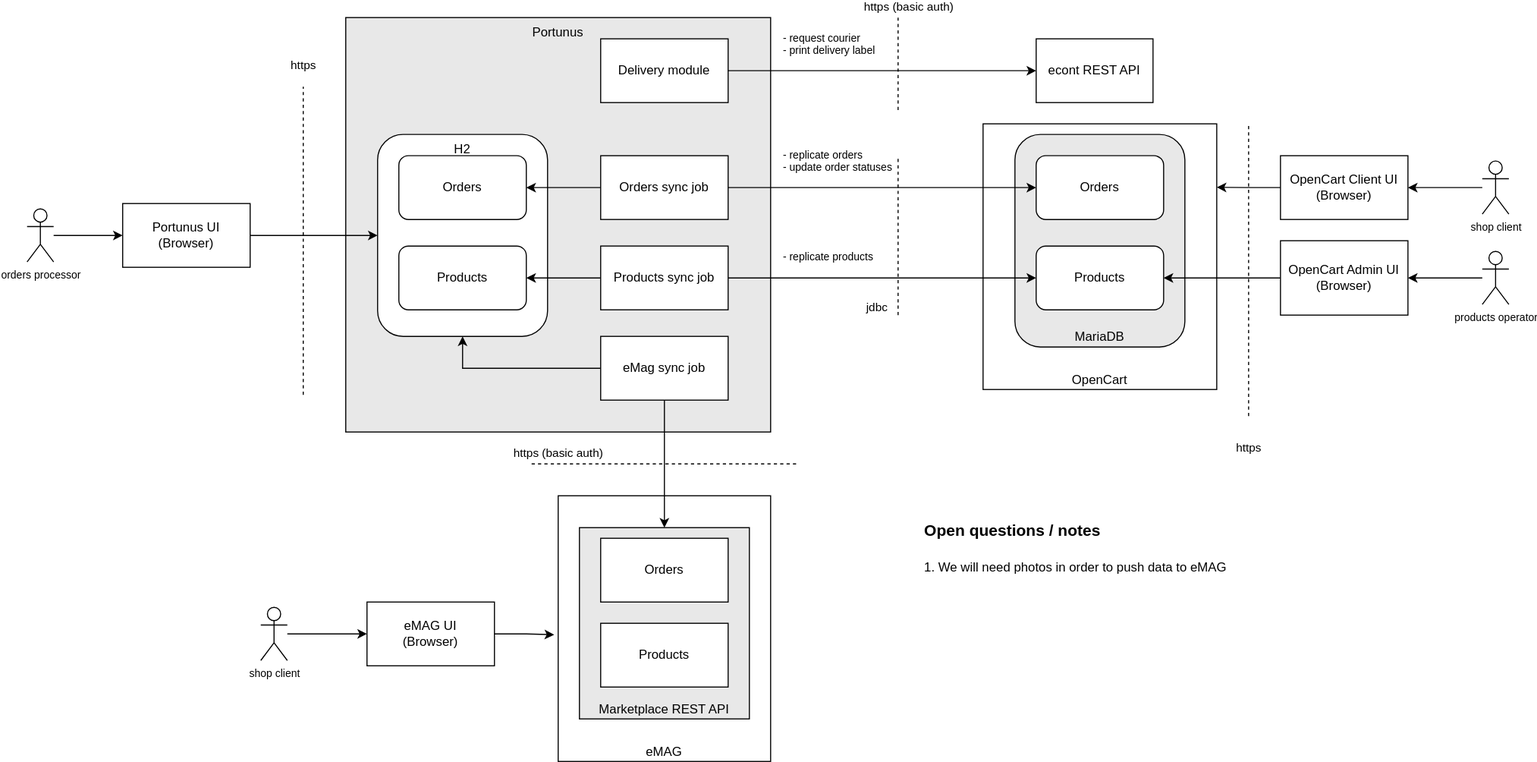
Above: design/portunus.svg in codbex/codbex-electra (draw.io), before the change. Source tidied: cells renumbered, new cells last; positions are measured from the earlier drawing's top-left corner, leaving out a move shared by most shapes.
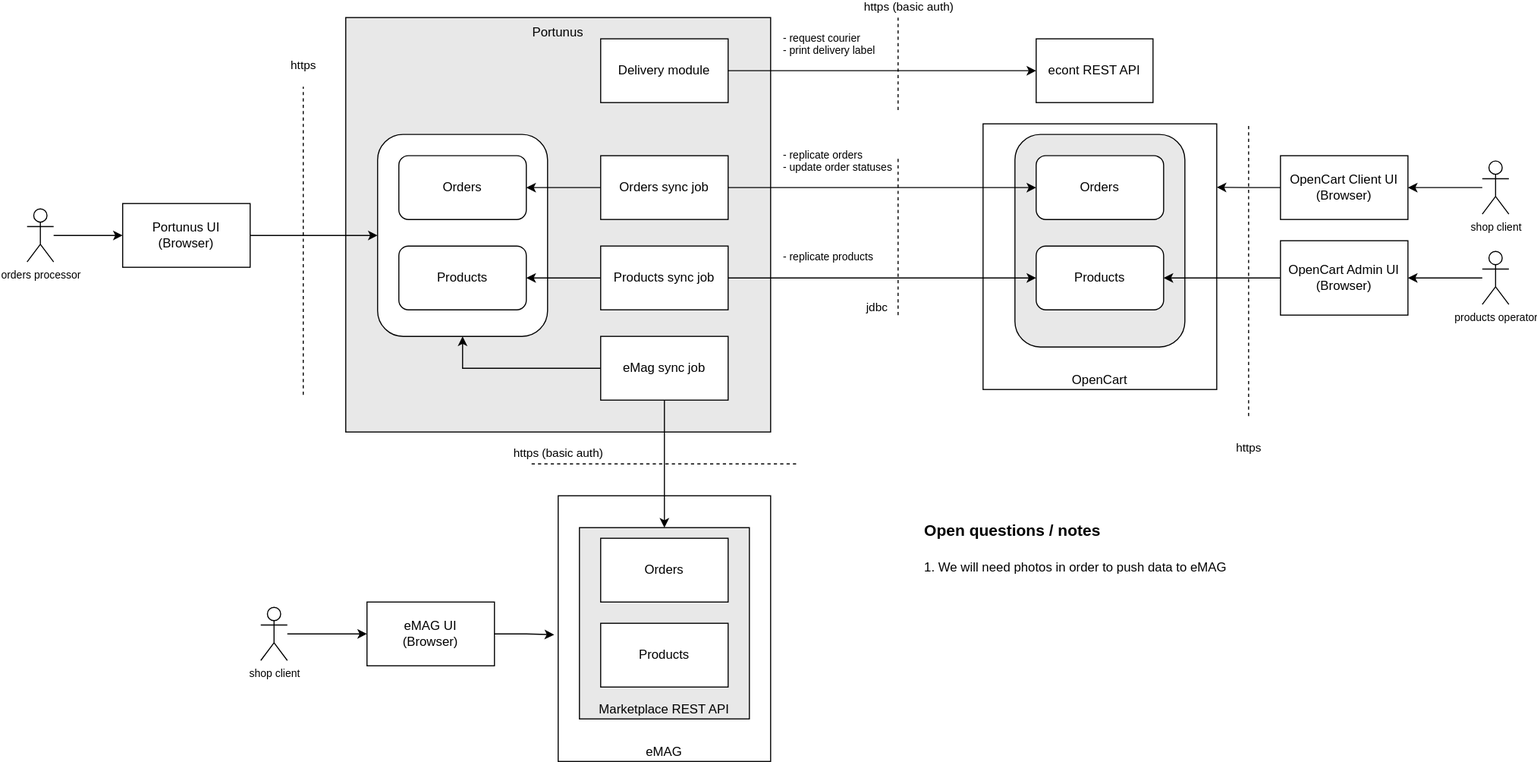
After the change.

What changed in the source:
```diff
@@ -17,7 +17,7 @@
     <mxCell id="6" value="Portunus" style="rounded=0;whiteSpace=wrap;html=1;verticalAlign=top;labelBackgroundColor=none;fillColor=#E8E8E8;strokeColor=default;gradientColor=none;" parent="1" vertex="1">
       <mxGeometry x="300" width="400" height="390" as="geometry" />
     </mxCell>
-    <mxCell id="7" value="H2" style="rounded=1;whiteSpace=wrap;html=1;verticalAlign=top;fillColor=default;" parent="1" vertex="1">
+    <mxCell id="7" style="rounded=1;whiteSpace=wrap;html=1;verticalAlign=top;fillColor=default;" parent="1" vertex="1">
       <mxGeometry x="330" y="110" width="160" height="190" as="geometry" />
     </mxCell>
     <mxCell id="8" value="Products" style="rounded=1;whiteSpace=wrap;html=1;" parent="1" vertex="1">
@@ -29,7 +29,7 @@
     <mxCell id="10" value="OpenCart" style="rounded=0;whiteSpace=wrap;html=1;verticalAlign=bottom;" parent="1" vertex="1">
       <mxGeometry x="900" y="100" width="220" height="250" as="geometry" />
     </mxCell>
-    <mxCell id="11" value="MariaDB" style="rounded=1;whiteSpace=wrap;html=1;verticalAlign=bottom;fillColor=#E8E8E8;" parent="1" vertex="1">
+    <mxCell id="11" style="rounded=1;whiteSpace=wrap;html=1;verticalAlign=bottom;fillColor=#E8E8E8;" parent="1" vertex="1">
       <mxGeometry x="930" y="110" width="160" height="200" as="geometry" />
     </mxCell>
     <mxCell id="12" value="Products" style="rounded=1;whiteSpace=wrap;html=1;" parent="1" vertex="1">
```
